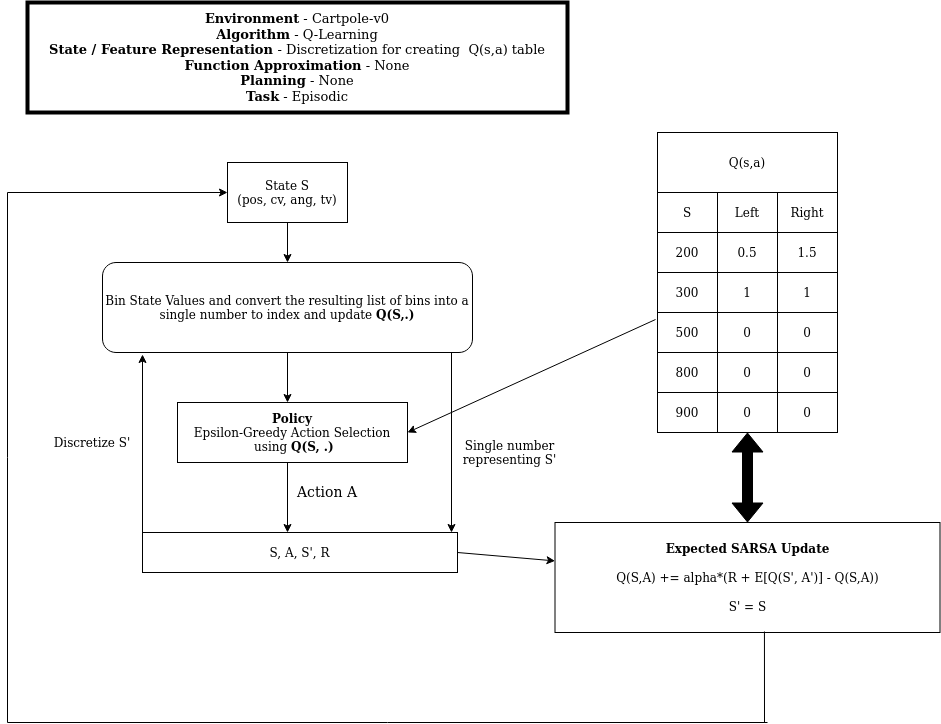
Above: gym_experiments/cartpole-v0/algorithm_diagrams/cartpolev0_ESarsa_simple.png in tataganesh/RL-Learning (draw.io), before the change. Source tidied: cells renumbered, new cells last; positions are measured from the earlier drawing's top-left corner, leaving out a move shared by most shapes.
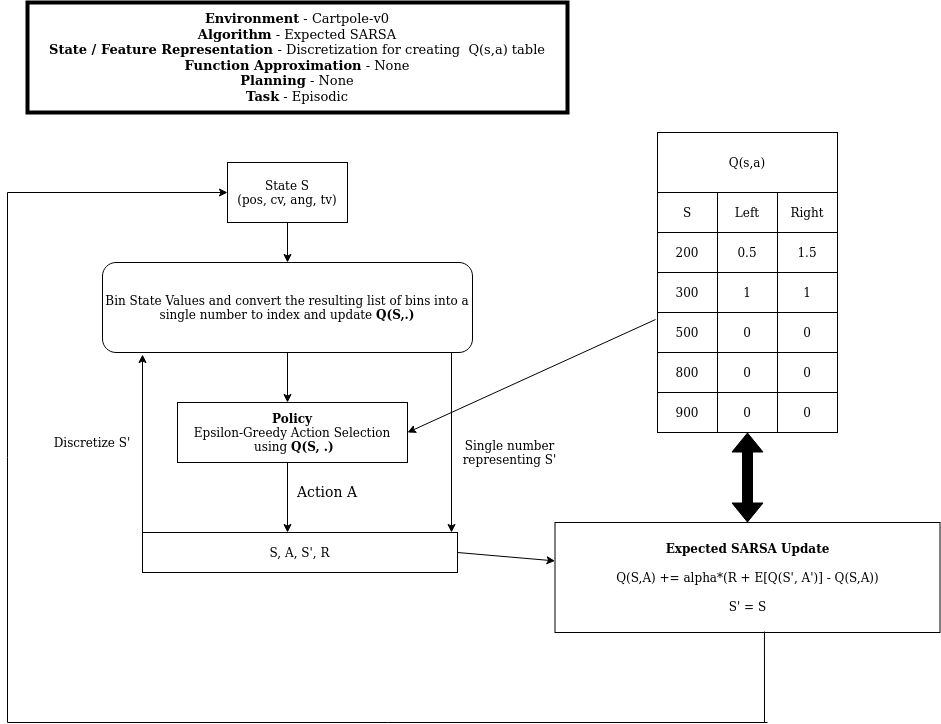
The same diagram one commit later.

Change to the diagram source:
```diff
@@ -2,7 +2,7 @@
   <root>
     <mxCell id="0" />
     <mxCell id="1" parent="0" />
-    <mxCell id="2" value="&lt;div style=&quot;font-size: 13px&quot;&gt;&lt;font style=&quot;font-size: 13px&quot;&gt;&lt;b&gt;Environment&lt;/b&gt; - Cartpole-v0&lt;/font&gt;&lt;/div&gt;&lt;div style=&quot;font-size: 13px&quot;&gt;&lt;font style=&quot;font-size: 13px&quot;&gt;&lt;b&gt;Algorithm&lt;/b&gt; - Q-Learning&lt;/font&gt;&lt;/div&gt;&lt;div style=&quot;font-size: 13px&quot;&gt;&lt;font style=&quot;font-size: 13px&quot;&gt;&lt;b&gt;State / Feature Representation &lt;/b&gt;- Discretization for creating&amp;nbsp; Q(s,a) table&lt;/font&gt;&lt;/div&gt;&lt;div style=&quot;font-size: 13px&quot;&gt;&lt;font style=&quot;font-size: 13px&quot;&gt;&lt;b&gt;Function Approximation&lt;/b&gt; - None&lt;/font&gt;&lt;/div&gt;&lt;div style=&quot;font-size: 13px&quot;&gt;&lt;font style=&quot;font-size: 13px&quot;&gt;&lt;b&gt;Planning&lt;/b&gt; - None&lt;/font&gt;&lt;/div&gt;&lt;div style=&quot;font-size: 13px&quot;&gt;&lt;font style=&quot;font-size: 13px&quot;&gt;&lt;b&gt;Task&lt;/b&gt; - Episodic&lt;/font&gt;&lt;br&gt;&lt;/div&gt;" style="rounded=0;whiteSpace=wrap;html=1;strokeWidth=4;" parent="1" vertex="1">
+    <mxCell id="2" value="&lt;div style=&quot;font-size: 13px&quot;&gt;&lt;font style=&quot;font-size: 13px&quot;&gt;&lt;b&gt;Environment&lt;/b&gt; - Cartpole-v0&lt;/font&gt;&lt;/div&gt;&lt;div style=&quot;font-size: 13px&quot;&gt;&lt;font style=&quot;font-size: 13px&quot;&gt;&lt;b&gt;Algorithm&lt;/b&gt; - Expected SARSA&lt;/font&gt;&lt;/div&gt;&lt;div style=&quot;font-size: 13px&quot;&gt;&lt;font style=&quot;font-size: 13px&quot;&gt;&lt;b&gt;State / Feature Representation &lt;/b&gt;- Discretization for creating&amp;nbsp; Q(s,a) table&lt;/font&gt;&lt;/div&gt;&lt;div style=&quot;font-size: 13px&quot;&gt;&lt;font style=&quot;font-size: 13px&quot;&gt;&lt;b&gt;Function Approximation&lt;/b&gt; - None&lt;/font&gt;&lt;/div&gt;&lt;div style=&quot;font-size: 13px&quot;&gt;&lt;font style=&quot;font-size: 13px&quot;&gt;&lt;b&gt;Planning&lt;/b&gt; - None&lt;/font&gt;&lt;/div&gt;&lt;div style=&quot;font-size: 13px&quot;&gt;&lt;font style=&quot;font-size: 13px&quot;&gt;&lt;b&gt;Task&lt;/b&gt; - Episodic&lt;/font&gt;&lt;br&gt;&lt;/div&gt;" style="rounded=0;whiteSpace=wrap;html=1;strokeWidth=4;" parent="1" vertex="1">
       <mxGeometry x="20" width="540" height="110" as="geometry" />
     </mxCell>
     <mxCell id="3" value="&lt;div&gt;State S&lt;/div&gt;&lt;div&gt;(pos, cv, ang, tv)&lt;br&gt;&lt;/div&gt;" style="rounded=0;whiteSpace=wrap;html=1;strokeWidth=1;" parent="1" vertex="1">
```
